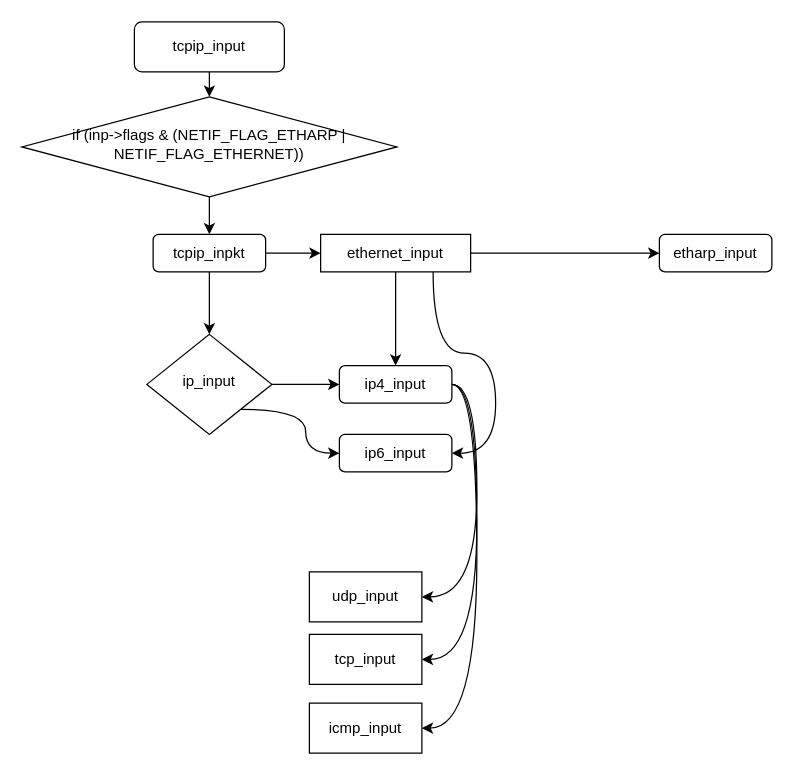
This is 未命名绘图.drawio from dosmlp/drawio, a draw.io file, before an edit. Source tidied: cells renumbered, new cells numbered last; positions are measured from the earlier drawing's top-left corner, leaving out a move shared by most shapes. Both pictures are drawn from the tidied source at 125%, with x=0, y=0 at pixel (21, 21).
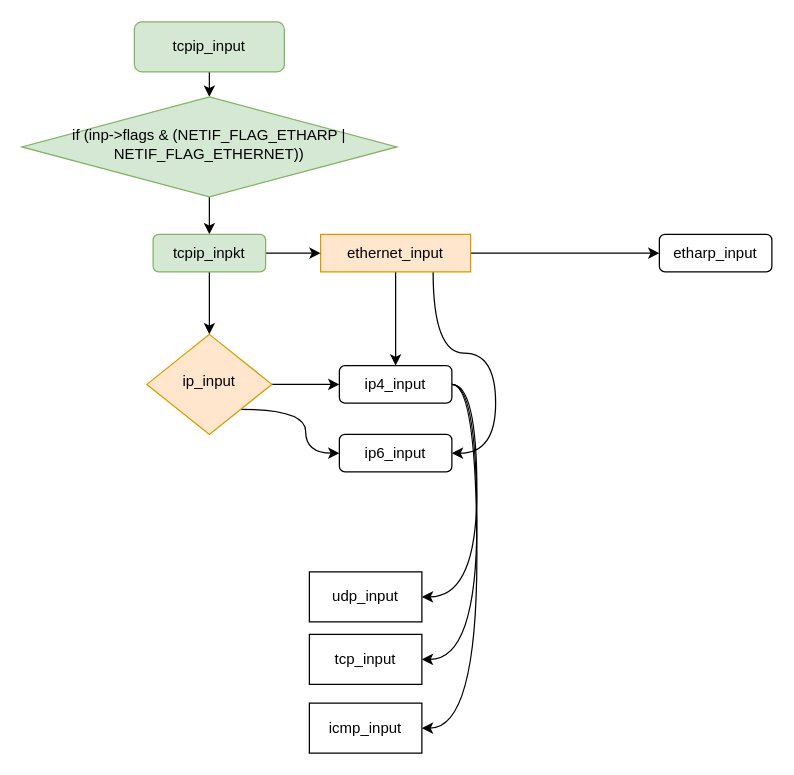
The same page after the edit.

Commit message:
更新未命名绘图.drawio

The edit, as a diff of the source:
```diff
@@
-    <mxCell id="3" value="tcpip_input" style="rounded=1;whiteSpace=wrap;html=1;fontSize=12;glass=0;strokeWidth=1;shadow=0;" parent="1" vertex="1">
+    <mxCell id="3" value="tcpip_input" style="rounded=1;whiteSpace=wrap;html=1;fontSize=12;glass=0;strokeWidth=1;shadow=0;fillColor=#d5e8d4;strokeColor=#82b366;" parent="1" vertex="1">
       <mxGeometry x="90" width="120" height="40" as="geometry" />
     </mxCell>
@@
-    <mxCell id="5" value="if (inp-&amp;gt;flags &amp;amp; (NETIF_FLAG_ETHARP | NETIF_FLAG_ETHERNET))" style="rhombus;whiteSpace=wrap;html=1;shadow=0;fontFamily=Helvetica;fontSize=12;align=center;strokeWidth=1;spacing=6;spacingTop=-4;" parent="1" vertex="1">
+    <mxCell id="5" value="if (inp-&amp;gt;flags &amp;amp; (NETIF_FLAG_ETHARP | NETIF_FLAG_ETHERNET))" style="rhombus;whiteSpace=wrap;html=1;shadow=0;fontFamily=Helvetica;fontSize=12;align=center;strokeWidth=1;spacing=6;spacingTop=-4;fillColor=#d5e8d4;strokeColor=#82b366;" parent="1" vertex="1">
       <mxGeometry y="60" width="300" height="80" as="geometry" />
     </mxCell>
@@
-    <mxCell id="9" value="ethernet_input" style="rounded=1;whiteSpace=wrap;html=1;fontSize=12;glass=0;strokeWidth=1;shadow=0;arcSize=0;" parent="1" vertex="1">
+    <mxCell id="9" value="ethernet_input" style="rounded=1;whiteSpace=wrap;html=1;fontSize=12;glass=0;strokeWidth=1;shadow=0;arcSize=0;fillColor=#ffe6cc;strokeColor=#d79b00;" parent="1" vertex="1">
       <mxGeometry x="239" y="170" width="120" height="30" as="geometry" />
     </mxCell>
@@
-    <mxCell id="12" value="ip_input" style="rhombus;whiteSpace=wrap;html=1;shadow=0;fontFamily=Helvetica;fontSize=12;align=center;strokeWidth=1;spacing=6;spacingTop=-4;" parent="1" vertex="1">
+    <mxCell id="12" value="ip_input" style="rhombus;whiteSpace=wrap;html=1;shadow=0;fontFamily=Helvetica;fontSize=12;align=center;strokeWidth=1;spacing=6;spacingTop=-4;fillColor=#ffe6cc;strokeColor=#d79b00;" parent="1" vertex="1">
       <mxGeometry x="100" y="250" width="100" height="80" as="geometry" />
     </mxCell>
@@
-    <mxCell id="21" value="tcpip_inpkt" style="rounded=1;whiteSpace=wrap;html=1;" parent="1" vertex="1">
+    <mxCell id="21" value="tcpip_inpkt" style="rounded=1;whiteSpace=wrap;html=1;fillColor=#d5e8d4;strokeColor=#82b366;" parent="1" vertex="1">
       <mxGeometry x="105" y="170" width="90" height="30" as="geometry" />
     </mxCell>
```
